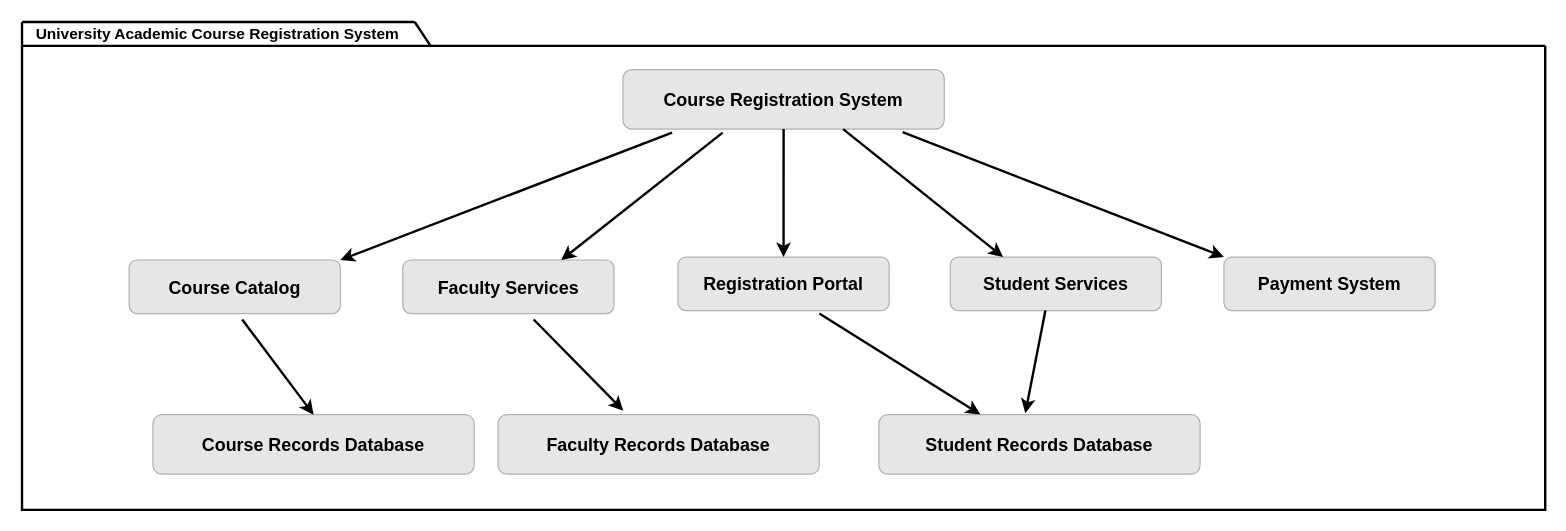
Before: lab/drawio/wei2030/6.Component Diagram.drawio in drshahizan/software-engineering, a draw.io diagram. Source tidied: cells renumbered, new cells numbered last; positions are measured from the earlier drawing's top-left corner, leaving out a move shared by most shapes. Both pictures are drawn from the tidied source at 119%, with x=0, y=0 at pixel (21, 21).
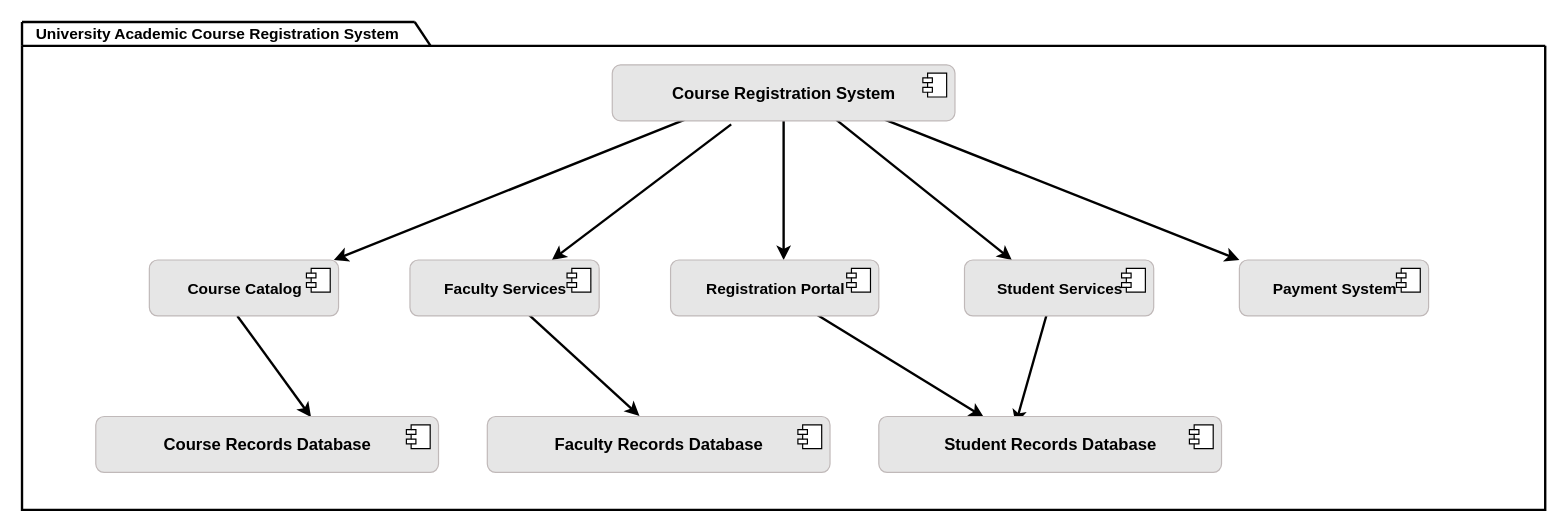
After the change.

Unchanged cells that the change refers to:
```xml
<mxCell id="2" style="swimlane;startSize=0;strokeColor=#000000;strokeWidth=2;" parent="1" vertex="1">
  <mxGeometry y="20" width="1280" height="390" as="geometry" />
</mxCell>
```

Diff of the diagram source:
```diff
@@
-    <mxCell id="3" value="Course Registration System" style="rounded=1;whiteSpace=wrap;html=1;strokeColor=#B0B0B0;strokeWidth=1;fontSize=15;fontColor=#000000;fillColor=#E6E6E6;fontStyle=1;verticalAlign=middle;" parent="2" vertex="1">
-      <mxGeometry x="505" y="20" width="270" height="50" as="geometry" />
-    </mxCell>
-    <mxCell id="4" value="Registration Portal" style="rounded=1;whiteSpace=wrap;html=1;strokeColor=#B0B0B0;strokeWidth=1;fontSize=15;fontColor=#000000;fillColor=#E6E6E6;fontStyle=1;verticalAlign=middle;" parent="2" vertex="1">
-      <mxGeometry x="551.2" y="177.5" width="177.5" height="45" as="geometry" />
-    </mxCell>
-    <mxCell id="5" value="Faculty Services" style="rounded=1;whiteSpace=wrap;html=1;strokeColor=#B0B0B0;strokeWidth=1;fontSize=15;fontColor=#000000;fillColor=#E6E6E6;fontStyle=1;verticalAlign=middle;" parent="2" vertex="1">
-      <mxGeometry x="320" y="180" width="177.5" height="45" as="geometry" />
-    </mxCell>
-    <mxCell id="6" value="Course Catalog" style="rounded=1;whiteSpace=wrap;html=1;strokeColor=#B0B0B0;strokeWidth=1;fontSize=15;fontColor=#000000;fillColor=#E6E6E6;fontStyle=1;verticalAlign=middle;" parent="2" vertex="1">
-      <mxGeometry x="90" y="180" width="177.5" height="45" as="geometry" />
-    </mxCell>
-    <mxCell id="7" value="Payment System" style="rounded=1;whiteSpace=wrap;html=1;strokeColor=#B0B0B0;strokeWidth=1;fontSize=15;fontColor=#000000;fillColor=#E6E6E6;fontStyle=1;verticalAlign=middle;" parent="2" vertex="1">
-      <mxGeometry x="1010" y="177.5" width="177.5" height="45" as="geometry" />
-    </mxCell>
-    <mxCell id="8" value="Student Services" style="rounded=1;whiteSpace=wrap;html=1;strokeColor=#B0B0B0;strokeWidth=1;fontSize=15;fontColor=#000000;fillColor=#E6E6E6;fontStyle=1;verticalAlign=middle;" parent="2" vertex="1">
-      <mxGeometry x="780" y="177.5" width="177.5" height="45" as="geometry" />
-    </mxCell>
-    <mxCell id="9" value="Faculty Records Database" style="rounded=1;whiteSpace=wrap;html=1;strokeColor=#B0B0B0;strokeWidth=1;fontSize=15;fontColor=#000000;fillColor=#E6E6E6;fontStyle=1;verticalAlign=middle;" parent="2" vertex="1">
-      <mxGeometry x="400" y="310" width="270" height="50" as="geometry" />
-    </mxCell>
-    <mxCell id="10" value="Course Records Database" style="rounded=1;whiteSpace=wrap;html=1;strokeColor=#B0B0B0;strokeWidth=1;fontSize=15;fontColor=#000000;fillColor=#E6E6E6;fontStyle=1;verticalAlign=middle;" parent="2" vertex="1">
-      <mxGeometry x="110" y="310" width="270" height="50" as="geometry" />
-    </mxCell>
-    <mxCell id="11" value="Student Records Database" style="rounded=1;whiteSpace=wrap;html=1;strokeColor=#B0B0B0;strokeWidth=1;fontSize=15;fontColor=#000000;fillColor=#E6E6E6;fontStyle=1;verticalAlign=middle;" parent="2" vertex="1">
-      <mxGeometry x="720" y="310" width="270" height="50" as="geometry" />
-    </mxCell>
-    <mxCell id="12" style="endArrow=classic;html=1;strokeColor=#000000;strokeWidth=2;fontSize=15;fontColor=#000000;exitX=0.153;exitY=1.058;exitDx=0;exitDy=0;exitPerimeter=0;entryX=1;entryY=0;entryDx=0;entryDy=0;" parent="2" edge="1" source="3" target="6">
+    <mxCell id="12" style="endArrow=classic;html=1;strokeColor=#000000;strokeWidth=2;fontSize=15;fontColor=#000000;exitX=0.212;exitY=0.979;exitDx=0;exitDy=0;exitPerimeter=0;entryX=0.975;entryY=0;entryDx=0;entryDy=0;entryPerimeter=0;" parent="2" edge="1" source="3" target="6">
       <mxGeometry relative="1" as="geometry" />
     </mxCell>
-    <mxCell id="13" style="endArrow=classic;html=1;strokeColor=#000000;strokeWidth=2;fontSize=15;fontColor=#000000;exitX=0.153;exitY=1.058;exitDx=0;exitDy=0;exitPerimeter=0;entryX=0.75;entryY=0;entryDx=0;entryDy=0;" parent="2" edge="1" target="5">
-      <mxGeometry relative="1" as="geometry">
-        <mxPoint x="588.8" y="72.9" as="sourcePoint" />
-      </mxGeometry>
+    <mxCell id="13" style="endArrow=classic;html=1;strokeColor=#000000;strokeWidth=2;fontSize=15;fontColor=#000000;exitX=0.347;exitY=1.064;exitDx=0;exitDy=0;exitPerimeter=0;entryX=0.75;entryY=0;entryDx=0;entryDy=0;" parent="2" edge="1" source="3" target="5">
+      <mxGeometry relative="1" as="geometry" />
     </mxCell>
-    <mxCell id="14" style="endArrow=classic;html=1;strokeColor=#000000;strokeWidth=2;fontSize=15;fontColor=#000000;exitX=0.5;exitY=1;exitDx=0;exitDy=0;entryX=0.5;entryY=0;entryDx=0;entryDy=0;" parent="2" edge="1" source="3" target="4">
+    <mxCell id="14" style="endArrow=classic;html=1;strokeColor=#000000;strokeWidth=2;fontSize=15;fontColor=#000000;exitX=0.5;exitY=1;exitDx=0;exitDy=0;entryX=0.543;entryY=0;entryDx=0;entryDy=0;exitPerimeter=0;entryPerimeter=0;" parent="2" edge="1" source="3" target="4">
       <mxGeometry relative="1" as="geometry" />
     </mxCell>
-    <mxCell id="15" style="endArrow=classic;html=1;strokeColor=#000000;strokeWidth=2;fontSize=15;fontColor=#000000;exitX=0.5;exitY=1;exitDx=0;exitDy=0;entryX=0.25;entryY=0;entryDx=0;entryDy=0;" parent="2" edge="1" target="8">
-      <mxGeometry relative="1" as="geometry">
-        <mxPoint x="690" y="70" as="sourcePoint" />
-      </mxGeometry>
+    <mxCell id="15" style="endArrow=classic;html=1;strokeColor=#000000;strokeWidth=2;fontSize=15;fontColor=#000000;exitX=0.653;exitY=0.979;exitDx=0;exitDy=0;entryX=0.25;entryY=0;entryDx=0;entryDy=0;exitPerimeter=0;" parent="2" edge="1" source="3" target="8">
+      <mxGeometry relative="1" as="geometry" />
     </mxCell>
-    <mxCell id="16" style="endArrow=classic;html=1;strokeColor=#000000;strokeWidth=2;fontSize=15;fontColor=#000000;exitX=0.5;exitY=1;exitDx=0;exitDy=0;entryX=0;entryY=0;entryDx=0;entryDy=0;" parent="2" edge="1" target="7">
-      <mxGeometry relative="1" as="geometry">
-        <mxPoint x="740" y="72.5" as="sourcePoint" />
-      </mxGeometry>
+    <mxCell id="16" style="endArrow=classic;html=1;strokeColor=#000000;strokeWidth=2;fontSize=15;fontColor=#000000;exitX=0.795;exitY=0.979;exitDx=0;exitDy=0;entryX=0;entryY=0;entryDx=0;entryDy=0;exitPerimeter=0;" parent="2" edge="1" source="3" target="7">
+      <mxGeometry relative="1" as="geometry" />
     </mxCell>
-    <mxCell id="17" style="endArrow=classic;html=1;strokeColor=#000000;strokeWidth=2;fontSize=15;fontColor=#000000;entryX=0.5;entryY=0;entryDx=0;entryDy=0;" parent="2" edge="1" target="10">
-      <mxGeometry relative="1" as="geometry">
-        <mxPoint x="185" y="230" as="sourcePoint" />
-      </mxGeometry>
+    <mxCell id="17" style="endArrow=classic;html=1;strokeColor=#000000;strokeWidth=2;fontSize=15;fontColor=#000000;entryX=0.628;entryY=0.011;entryDx=0;entryDy=0;exitX=0.465;exitY=1;exitDx=0;exitDy=0;exitPerimeter=0;entryPerimeter=0;" parent="2" edge="1" source="6" target="10">
+      <mxGeometry relative="1" as="geometry" />
     </mxCell>
-    <mxCell id="18" style="endArrow=classic;html=1;strokeColor=#000000;strokeWidth=2;fontSize=15;fontColor=#000000;entryX=0.39;entryY=-0.068;entryDx=0;entryDy=0;entryPerimeter=0;" parent="2" edge="1" target="9">
-      <mxGeometry relative="1" as="geometry">
-        <mxPoint x="430" y="230" as="sourcePoint" />
-      </mxGeometry>
+    <mxCell id="18" style="endArrow=classic;html=1;strokeColor=#000000;strokeWidth=2;fontSize=15;fontColor=#000000;entryX=0.444;entryY=-0.011;entryDx=0;entryDy=0;entryPerimeter=0;exitX=0.629;exitY=0.979;exitDx=0;exitDy=0;exitPerimeter=0;" parent="2" edge="1" source="5" target="9">
+      <mxGeometry relative="1" as="geometry" />
     </mxCell>
-    <mxCell id="19" style="endArrow=classic;html=1;strokeColor=#000000;strokeWidth=2;fontSize=15;fontColor=#000000;entryX=0.316;entryY=-0.005;entryDx=0;entryDy=0;entryPerimeter=0;" parent="2" edge="1" target="11">
-      <mxGeometry relative="1" as="geometry">
-        <mxPoint x="670" y="225" as="sourcePoint" />
-      </mxGeometry>
+    <mxCell id="19" style="endArrow=classic;html=1;strokeColor=#000000;strokeWidth=2;fontSize=15;fontColor=#000000;entryX=0.306;entryY=0.011;entryDx=0;entryDy=0;entryPerimeter=0;exitX=0.703;exitY=0.979;exitDx=0;exitDy=0;exitPerimeter=0;" parent="2" edge="1" source="4" target="11">
+      <mxGeometry relative="1" as="geometry" />
     </mxCell>
-    <mxCell id="20" style="endArrow=classic;html=1;strokeColor=#000000;strokeWidth=2;fontSize=15;fontColor=#000000;entryX=0.456;entryY=-0.026;entryDx=0;entryDy=0;entryPerimeter=0;" parent="2" edge="1" target="11">
-      <mxGeometry relative="1" as="geometry">
-        <mxPoint x="860" y="222.5" as="sourcePoint" />
-      </mxGeometry>
+    <mxCell id="20" style="endArrow=classic;html=1;strokeColor=#000000;strokeWidth=2;fontSize=15;fontColor=#000000;entryX=0.399;entryY=0.138;entryDx=0;entryDy=0;entryPerimeter=0;exitX=0.434;exitY=0.979;exitDx=0;exitDy=0;exitPerimeter=0;" parent="2" edge="1" source="8" target="11">
+      <mxGeometry relative="1" as="geometry" />
     </mxCell>
+    <mxCell id="3" value="Course Registration System" style="html=1;fillColor=#e6e6e6;fontColor=#000000;rounded=1;strokeColor=#c0b9b9;fontStyle=1;fontSize=14;" parent="2" vertex="1">
+      <mxGeometry x="496" y="16" width="288" height="47" as="geometry" />
+    </mxCell>
+    <mxCell id="25" style="shape=module;jettyWidth=8;jettyHeight=4;" parent="3" vertex="1">
+      <mxGeometry x="1" width="20" height="20" relative="1" as="geometry">
+        <mxPoint x="-27" y="7" as="offset" />
+      </mxGeometry>
+    </mxCell>
+    <mxCell id="6" value="Course Catalog" style="html=1;fillColor=#e6e6e6;fontColor=#000000;rounded=1;strokeColor=#c0b9b9;fontStyle=1;fontSize=13;" parent="2" vertex="1">
+      <mxGeometry x="107" y="180" width="159" height="47" as="geometry" />
+    </mxCell>
+    <mxCell id="26" style="shape=module;jettyWidth=8;jettyHeight=4;" parent="6" vertex="1">
+      <mxGeometry x="1" width="20" height="20" relative="1" as="geometry">
+        <mxPoint x="-27" y="7" as="offset" />
+      </mxGeometry>
+    </mxCell>
+    <mxCell id="5" value="Faculty Services" style="html=1;fillColor=#e6e6e6;fontColor=#000000;rounded=1;strokeColor=#c0b9b9;fontStyle=1;fontSize=13;" parent="2" vertex="1">
+      <mxGeometry x="326" y="180" width="159" height="47" as="geometry" />
+    </mxCell>
+    <mxCell id="27" style="shape=module;jettyWidth=8;jettyHeight=4;" parent="5" vertex="1">
+      <mxGeometry x="1" width="20" height="20" relative="1" as="geometry">
+        <mxPoint x="-27" y="7" as="offset" />
+      </mxGeometry>
+    </mxCell>
+    <mxCell id="4" value="Registration Portal" style="html=1;fillColor=#e6e6e6;fontColor=#000000;rounded=1;strokeColor=#c0b9b9;fontStyle=1;fontSize=13;" parent="2" vertex="1">
+      <mxGeometry x="545" y="180" width="175" height="47" as="geometry" />
+    </mxCell>
+    <mxCell id="28" style="shape=module;jettyWidth=8;jettyHeight=4;" parent="4" vertex="1">
+      <mxGeometry x="1" width="20" height="20" relative="1" as="geometry">
+        <mxPoint x="-27" y="7" as="offset" />
+      </mxGeometry>
+    </mxCell>
+    <mxCell id="8" value="Student Services" style="html=1;fillColor=#e6e6e6;fontColor=#000000;rounded=1;strokeColor=#c0b9b9;fontStyle=1;fontSize=13;" parent="2" vertex="1">
+      <mxGeometry x="792" y="180" width="159" height="47" as="geometry" />
+    </mxCell>
+    <mxCell id="29" style="shape=module;jettyWidth=8;jettyHeight=4;" parent="8" vertex="1">
+      <mxGeometry x="1" width="20" height="20" relative="1" as="geometry">
+        <mxPoint x="-27" y="7" as="offset" />
+      </mxGeometry>
+    </mxCell>
+    <mxCell id="7" value="Payment System" style="html=1;fillColor=#e6e6e6;fontColor=#000000;rounded=1;strokeColor=#c0b9b9;fontStyle=1;fontSize=13;" parent="2" vertex="1">
+      <mxGeometry x="1023" y="180" width="159" height="47" as="geometry" />
+    </mxCell>
+    <mxCell id="30" style="shape=module;jettyWidth=8;jettyHeight=4;" parent="7" vertex="1">
+      <mxGeometry x="1" width="20" height="20" relative="1" as="geometry">
+        <mxPoint x="-27" y="7" as="offset" />
+      </mxGeometry>
+    </mxCell>
+    <mxCell id="10" value="Course Records Database" style="html=1;fillColor=#e6e6e6;fontColor=#000000;rounded=1;strokeColor=#c0b9b9;fontStyle=1;fontSize=14;" parent="2" vertex="1">
+      <mxGeometry x="62" y="311.5" width="288" height="47" as="geometry" />
+    </mxCell>
+    <mxCell id="31" style="shape=module;jettyWidth=8;jettyHeight=4;" parent="10" vertex="1">
+      <mxGeometry x="1" width="20" height="20" relative="1" as="geometry">
+        <mxPoint x="-27" y="7" as="offset" />
+      </mxGeometry>
+    </mxCell>
+    <mxCell id="9" value="Faculty Records Database" style="html=1;fillColor=#e6e6e6;fontColor=#000000;rounded=1;strokeColor=#c0b9b9;fontStyle=1;fontSize=14;" parent="2" vertex="1">
+      <mxGeometry x="391" y="311.5" width="288" height="47" as="geometry" />
+    </mxCell>
+    <mxCell id="32" style="shape=module;jettyWidth=8;jettyHeight=4;" parent="9" vertex="1">
+      <mxGeometry x="1" width="20" height="20" relative="1" as="geometry">
+        <mxPoint x="-27" y="7" as="offset" />
+      </mxGeometry>
+    </mxCell>
+    <mxCell id="11" value="Student Records Database" style="html=1;fillColor=#e6e6e6;fontColor=#000000;rounded=1;strokeColor=#c0b9b9;fontStyle=1;fontSize=14;" parent="2" vertex="1">
+      <mxGeometry x="720" y="311.5" width="288" height="47" as="geometry" />
+    </mxCell>
+    <mxCell id="33" style="shape=module;jettyWidth=8;jettyHeight=4;" parent="11" vertex="1">
+      <mxGeometry x="1" width="20" height="20" relative="1" as="geometry">
+        <mxPoint x="-27" y="7" as="offset" />
+      </mxGeometry>
+    </mxCell>
```
